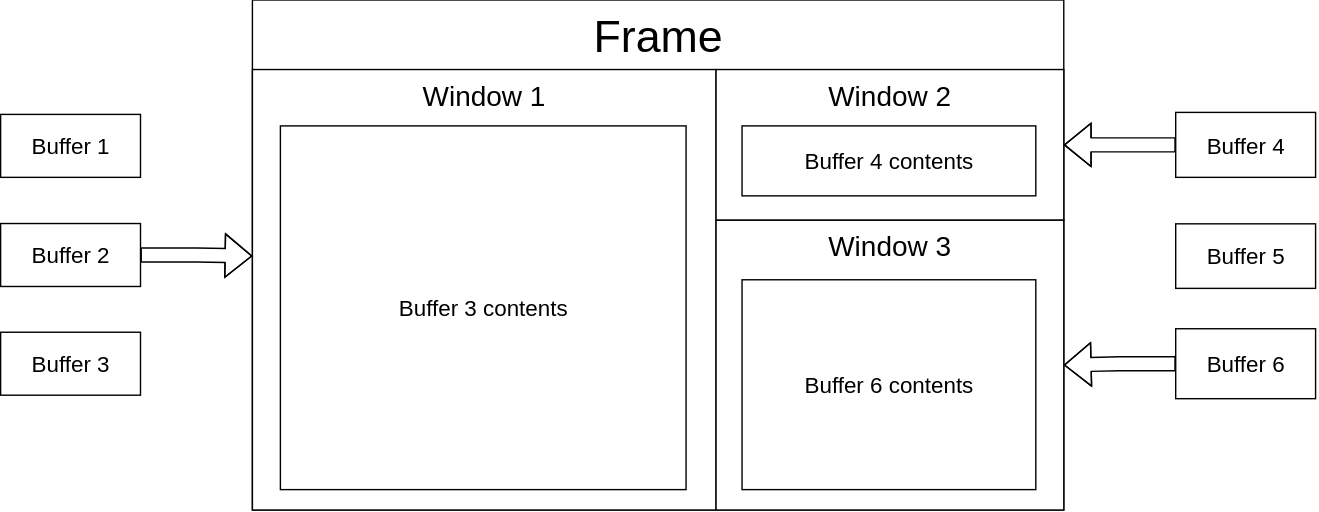
The draw.io diagram static/images/Emacs_Frames_Buffers_Windows.svg in jeremyryan/exploringemacs, before a commit. Source tidied: cells renumbered, new cells last; positions are measured from the earlier drawing's top-left corner, leaving out a move shared by most shapes. The source it was exported from:
```xml
<mxGraphModel>
  <root>
    <mxCell id="0" />
    <mxCell id="1" parent="0" />
    <mxCell id="2" style="edgeStyle=orthogonalEdgeStyle;rounded=0;jettySize=auto;html=1;shape=flexArrow;" parent="1" edge="1" source="3" target="13">
      <mxGeometry relative="1" as="geometry" />
    </mxCell>
    <mxCell id="3" value="Buffer 6" style="rounded=0;whiteSpace=wrap;html=1;fontSize=16;" parent="1" vertex="1">
      <mxGeometry x="840" y="235" width="100" height="50" as="geometry" />
    </mxCell>
    <mxCell id="4" style="edgeStyle=orthogonalEdgeStyle;rounded=0;jettySize=auto;html=1;exitX=0;exitY=0.5;exitDx=0;exitDy=0;shape=flexArrow;" parent="1" edge="1" source="5" target="12">
      <mxGeometry relative="1" as="geometry" />
    </mxCell>
    <mxCell id="5" value="Buffer 4" style="rounded=0;whiteSpace=wrap;html=1;fontSize=16;" parent="1" vertex="1">
      <mxGeometry x="840" y="80.3" width="100" height="46.4" as="geometry" />
    </mxCell>
    <mxCell id="6" value="Buffer 1" style="rounded=0;whiteSpace=wrap;html=1;fontSize=16;" parent="1" vertex="1">
      <mxGeometry y="81.8" width="100" height="45" as="geometry" />
    </mxCell>
    <mxCell id="7" value="Buffer 2" style="rounded=0;whiteSpace=wrap;html=1;fontSize=16;" parent="1" vertex="1">
      <mxGeometry y="159.8" width="100" height="45" as="geometry" />
    </mxCell>
    <mxCell id="8" value="Buffer 3" style="rounded=0;whiteSpace=wrap;html=1;fontSize=16;" parent="1" vertex="1">
      <mxGeometry y="237.5" width="100" height="45" as="geometry" />
    </mxCell>
    <mxCell id="9" style="group;" parent="1" vertex="1">
      <mxGeometry x="180" width="640" height="364.6" as="geometry" />
    </mxCell>
    <mxCell id="10" value="Frame" style="rounded=0;whiteSpace=wrap;html=1;verticalAlign=top;fontSize=32;" parent="9" vertex="1">
      <mxGeometry width="580" height="364.6" as="geometry" />
    </mxCell>
    <mxCell id="11" value="Window 1" style="rounded=0;whiteSpace=wrap;html=1;fontSize=20;verticalAlign=top;" parent="9" vertex="1">
      <mxGeometry y="49.7" width="331.4" height="314.9" as="geometry" />
    </mxCell>
    <mxCell id="12" value="Window 2" style="rounded=0;whiteSpace=wrap;html=1;fontSize=20;verticalAlign=top;" parent="9" vertex="1">
      <mxGeometry x="331.4" y="49.7" width="248.6" height="107.7" as="geometry" />
    </mxCell>
    <mxCell id="13" value="Window 3" style="rounded=0;whiteSpace=wrap;html=1;fontSize=20;verticalAlign=top;" parent="9" vertex="1">
      <mxGeometry x="331.4" y="157.4" width="248.6" height="207.1" as="geometry" />
    </mxCell>
    <mxCell id="14" value="Buffer 4 contents" style="rounded=0;whiteSpace=wrap;html=1;fontSize=16;" parent="9" vertex="1">
      <mxGeometry x="350" y="90" width="210" height="50" as="geometry" />
    </mxCell>
    <mxCell id="15" value="Buffer 6 contents" style="rounded=0;whiteSpace=wrap;html=1;fontSize=16;" parent="9" vertex="1">
      <mxGeometry x="350" y="200" width="210" height="150" as="geometry" />
    </mxCell>
    <mxCell id="16" style="edgeStyle=orthogonalEdgeStyle;rounded=0;jettySize=auto;html=1;exitX=1;exitY=0.5;exitDx=0;exitDy=0;shape=flexArrow;" parent="1" edge="1" source="7">
      <mxGeometry relative="1" as="geometry">
        <mxPoint x="180" y="183" as="targetPoint" />
      </mxGeometry>
    </mxCell>
    <mxCell id="17" value="Buffer 5" style="rounded=0;whiteSpace=wrap;html=1;fontSize=16;" parent="1" vertex="1">
      <mxGeometry x="840" y="160" width="100" height="46.1" as="geometry" />
    </mxCell>
    <mxCell id="18" value="Buffer 3 contents" style="rounded=0;whiteSpace=wrap;html=1;fontSize=16;" parent="1" vertex="1">
      <mxGeometry x="200" y="90" width="290" height="260" as="geometry" />
    </mxCell>
  </root>
</mxGraphModel>
```
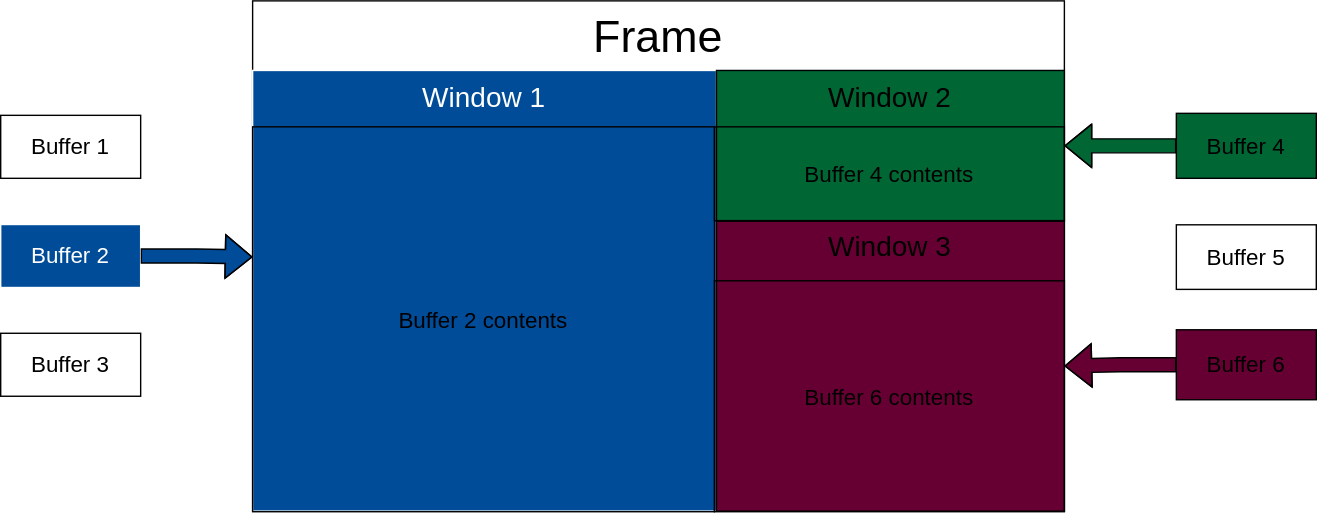
The same file after the commit.

What changed in the source:
```diff
@@ -2,49 +2,49 @@
   <root>
     <mxCell id="0" />
     <mxCell id="1" parent="0" />
-    <mxCell id="2" style="edgeStyle=orthogonalEdgeStyle;rounded=0;jettySize=auto;html=1;shape=flexArrow;" parent="1" edge="1" source="3" target="13">
+    <mxCell id="2" style="edgeStyle=orthogonalEdgeStyle;rounded=0;jettySize=auto;html=1;shape=flexArrow;fillColor=#660033;" parent="1" edge="1" source="3" target="13">
       <mxGeometry relative="1" as="geometry" />
     </mxCell>
-    <mxCell id="3" value="Buffer 6" style="rounded=0;whiteSpace=wrap;html=1;fontSize=16;" parent="1" vertex="1">
+    <mxCell id="3" value="Buffer 6" style="rounded=0;whiteSpace=wrap;html=1;fontSize=16;fillColor=#660033;" parent="1" vertex="1">
       <mxGeometry x="840" y="235" width="100" height="50" as="geometry" />
     </mxCell>
-    <mxCell id="4" style="edgeStyle=orthogonalEdgeStyle;rounded=0;jettySize=auto;html=1;exitX=0;exitY=0.5;exitDx=0;exitDy=0;shape=flexArrow;" parent="1" edge="1" source="5" target="12">
+    <mxCell id="4" style="edgeStyle=orthogonalEdgeStyle;rounded=0;jettySize=auto;html=1;exitX=0;exitY=0.5;exitDx=0;exitDy=0;shape=flexArrow;fillColor=#006633;" parent="1" edge="1" source="5" target="12">
       <mxGeometry relative="1" as="geometry" />
     </mxCell>
-    <mxCell id="5" value="Buffer 4" style="rounded=0;whiteSpace=wrap;html=1;fontSize=16;" parent="1" vertex="1">
+    <mxCell id="5" value="Buffer 4" style="rounded=0;whiteSpace=wrap;html=1;fontSize=16;fillColor=#006633;" parent="1" vertex="1">
       <mxGeometry x="840" y="80.3" width="100" height="46.4" as="geometry" />
     </mxCell>
     <mxCell id="6" value="Buffer 1" style="rounded=0;whiteSpace=wrap;html=1;fontSize=16;" parent="1" vertex="1">
       <mxGeometry y="81.8" width="100" height="45" as="geometry" />
     </mxCell>
-    <mxCell id="7" value="Buffer 2" style="rounded=0;whiteSpace=wrap;html=1;fontSize=16;" parent="1" vertex="1">
+    <mxCell id="7" value="Buffer 2" style="rounded=0;whiteSpace=wrap;html=1;fontSize=16;fillColor=#004C99;fontColor=#ffffff;strokeColor=#FFFFFF;" parent="1" vertex="1">
       <mxGeometry y="159.8" width="100" height="45" as="geometry" />
     </mxCell>
     <mxCell id="8" value="Buffer 3" style="rounded=0;whiteSpace=wrap;html=1;fontSize=16;" parent="1" vertex="1">
       <mxGeometry y="237.5" width="100" height="45" as="geometry" />
     </mxCell>
     <mxCell id="9" style="group;" parent="1" vertex="1">
-      <mxGeometry x="180" width="640" height="364.6" as="geometry" />
+      <mxGeometry x="180" width="640" height="365" as="geometry" />
     </mxCell>
     <mxCell id="10" value="Frame" style="rounded=0;whiteSpace=wrap;html=1;verticalAlign=top;fontSize=32;" parent="9" vertex="1">
       <mxGeometry width="580" height="364.6" as="geometry" />
     </mxCell>
-    <mxCell id="11" value="Window 1" style="rounded=0;whiteSpace=wrap;html=1;fontSize=20;verticalAlign=top;" parent="9" vertex="1">
+    <mxCell id="11" value="Window 1" style="rounded=0;whiteSpace=wrap;html=1;fontSize=20;verticalAlign=top;fillColor=#004C99;fontColor=#ffffff;strokeColor=#FFFFFF;" parent="9" vertex="1">
       <mxGeometry y="49.7" width="331.4" height="314.9" as="geometry" />
     </mxCell>
-    <mxCell id="12" value="Window 2" style="rounded=0;whiteSpace=wrap;html=1;fontSize=20;verticalAlign=top;" parent="9" vertex="1">
+    <mxCell id="12" value="Window 2" style="rounded=0;whiteSpace=wrap;html=1;fontSize=20;verticalAlign=top;fillColor=#006633;" parent="9" vertex="1">
       <mxGeometry x="331.4" y="49.7" width="248.6" height="107.7" as="geometry" />
     </mxCell>
-    <mxCell id="13" value="Window 3" style="rounded=0;whiteSpace=wrap;html=1;fontSize=20;verticalAlign=top;" parent="9" vertex="1">
+    <mxCell id="13" value="Window 3" style="rounded=0;whiteSpace=wrap;html=1;fontSize=20;verticalAlign=top;fillColor=#660033;" parent="9" vertex="1">
       <mxGeometry x="331.4" y="157.4" width="248.6" height="207.1" as="geometry" />
     </mxCell>
-    <mxCell id="14" value="Buffer 4 contents" style="rounded=0;whiteSpace=wrap;html=1;fontSize=16;" parent="9" vertex="1">
-      <mxGeometry x="350" y="90" width="210" height="50" as="geometry" />
+    <mxCell id="14" value="Buffer 4 contents" style="rounded=0;whiteSpace=wrap;html=1;fontSize=16;fillColor=none;" parent="9" vertex="1">
+      <mxGeometry x="330" y="90" width="250" height="67" as="geometry" />
     </mxCell>
-    <mxCell id="15" value="Buffer 6 contents" style="rounded=0;whiteSpace=wrap;html=1;fontSize=16;" parent="9" vertex="1">
-      <mxGeometry x="350" y="200" width="210" height="150" as="geometry" />
+    <mxCell id="15" value="Buffer 6 contents" style="rounded=0;whiteSpace=wrap;html=1;fontSize=16;fillColor=none;" parent="9" vertex="1">
+      <mxGeometry x="330" y="200" width="250" height="165" as="geometry" />
     </mxCell>
-    <mxCell id="16" style="edgeStyle=orthogonalEdgeStyle;rounded=0;jettySize=auto;html=1;exitX=1;exitY=0.5;exitDx=0;exitDy=0;shape=flexArrow;" parent="1" edge="1" source="7">
+    <mxCell id="16" style="edgeStyle=orthogonalEdgeStyle;rounded=0;jettySize=auto;html=1;exitX=1;exitY=0.5;exitDx=0;exitDy=0;shape=flexArrow;fillColor=#004C99;" parent="1" edge="1" source="7">
       <mxGeometry relative="1" as="geometry">
         <mxPoint x="180" y="183" as="targetPoint" />
       </mxGeometry>
@@ -52,8 +52,8 @@
     <mxCell id="17" value="Buffer 5" style="rounded=0;whiteSpace=wrap;html=1;fontSize=16;" parent="1" vertex="1">
       <mxGeometry x="840" y="160" width="100" height="46.1" as="geometry" />
     </mxCell>
-    <mxCell id="18" value="Buffer 3 contents" style="rounded=0;whiteSpace=wrap;html=1;fontSize=16;" parent="1" vertex="1">
-      <mxGeometry x="200" y="90" width="290" height="260" as="geometry" />
+    <mxCell id="18" value="Buffer 2 contents" style="rounded=0;whiteSpace=wrap;html=1;fontSize=16;fillColor=none;" parent="1" vertex="1">
+      <mxGeometry x="180" y="90" width="330" height="275" as="geometry" />
     </mxCell>
   </root>
 </mxGraphModel>
```
